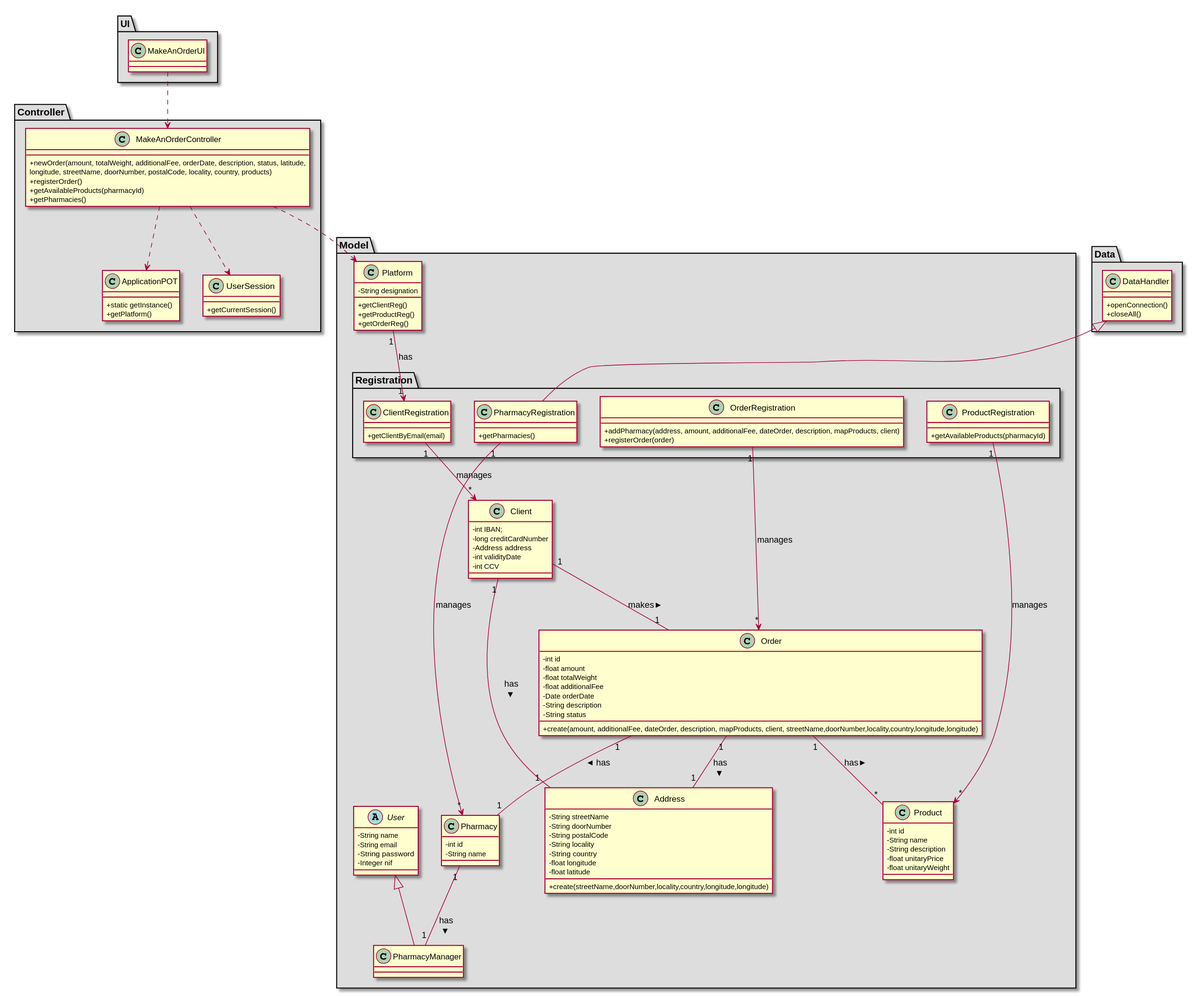
This is docs/Iteration 1/Make An Order/US25_MakeAnOrder/US25_CD.svg from tiagoavcosta25/LAPR3, a PlantUML export, as it was before one commit.
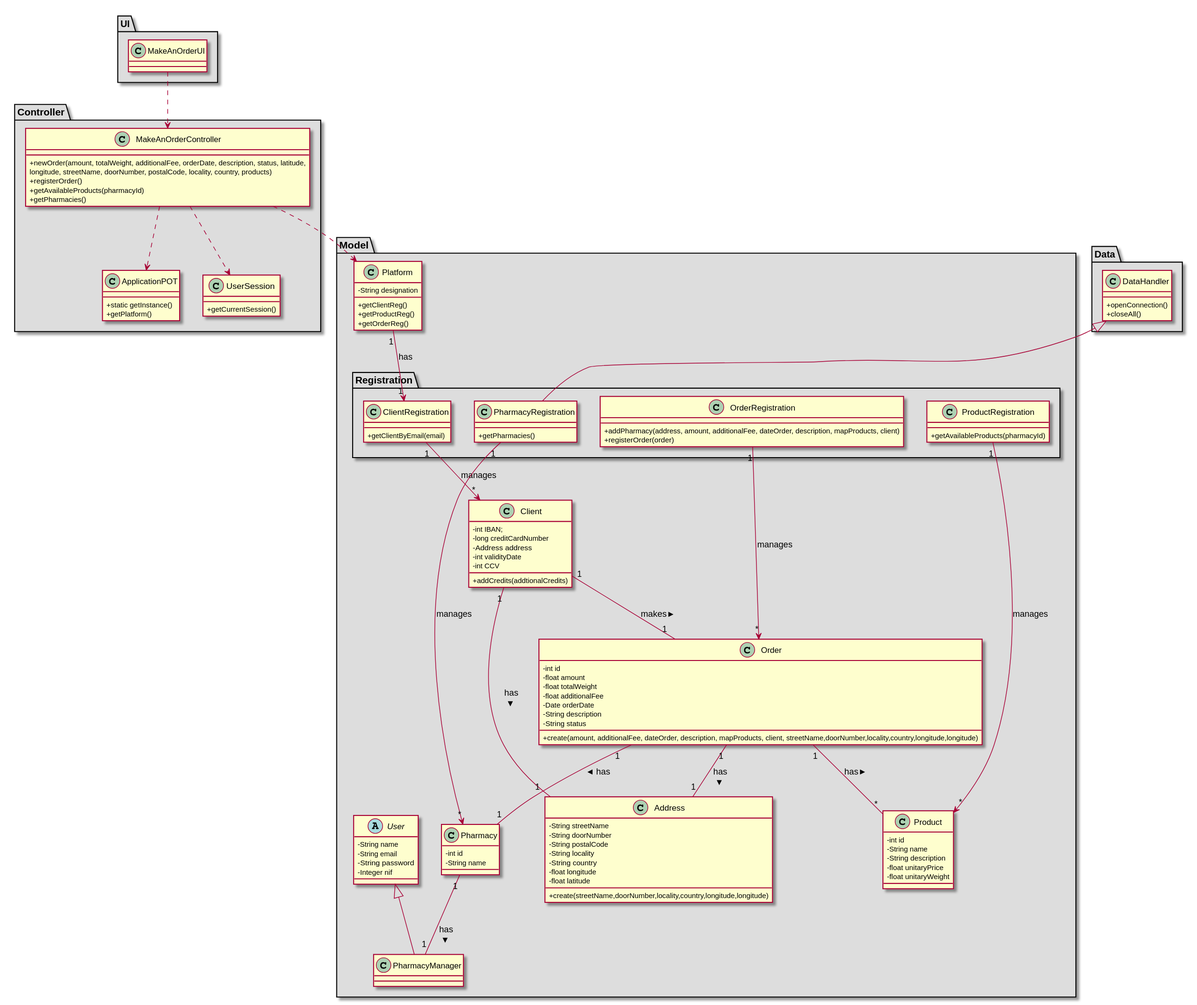
The same file after the commit.

Diff of the diagram source:
```diff
@@ -71,6 +71,7 @@
 -Address address
 -int validityDate
 -int CCV
++addCredits(addtionalCredits)
 }
 
 class Address{
```
